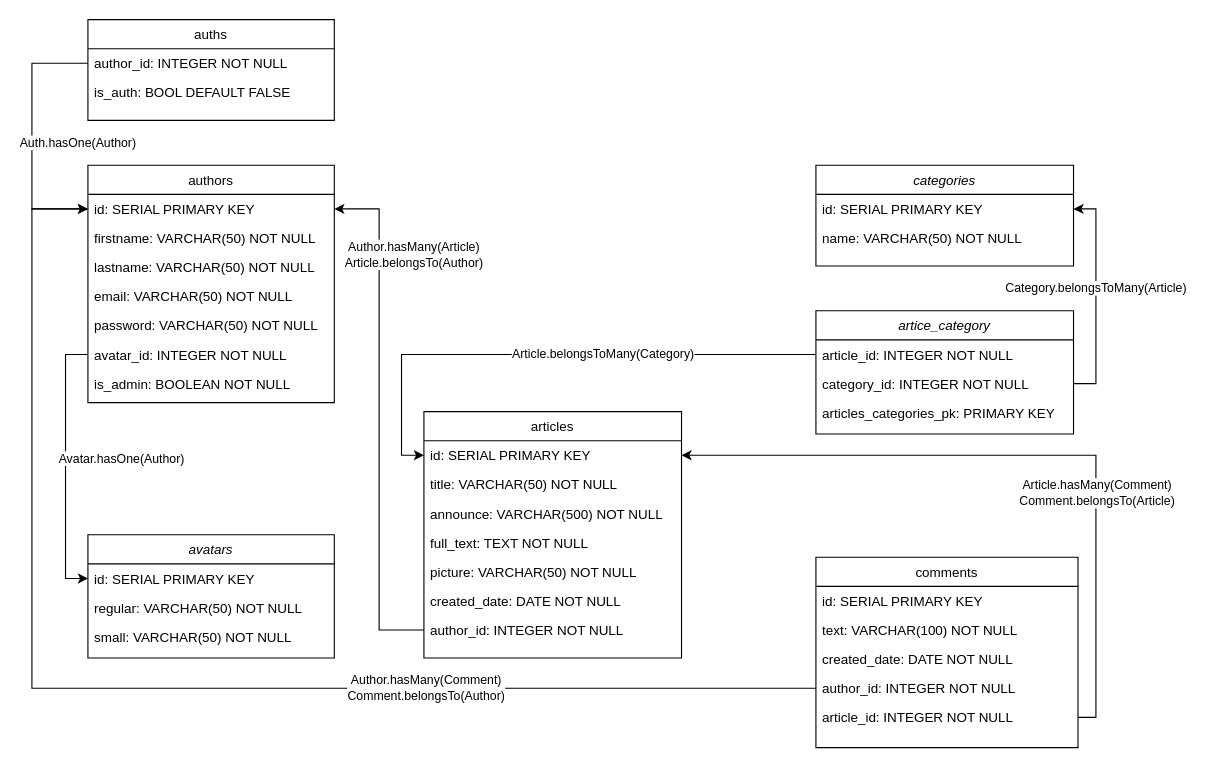
Above: src/data/db/typoteka.drawio in htmlacademy-nodejs/352625-typoteka-3 (draw.io), before the change. Source tidied: cells renumbered, new cells numbered last; positions are measured from the earlier drawing's top-left corner, leaving out a move shared by most shapes. Both pictures are drawn from the tidied source at 112%, with x=0, y=0 at pixel (31, 19).
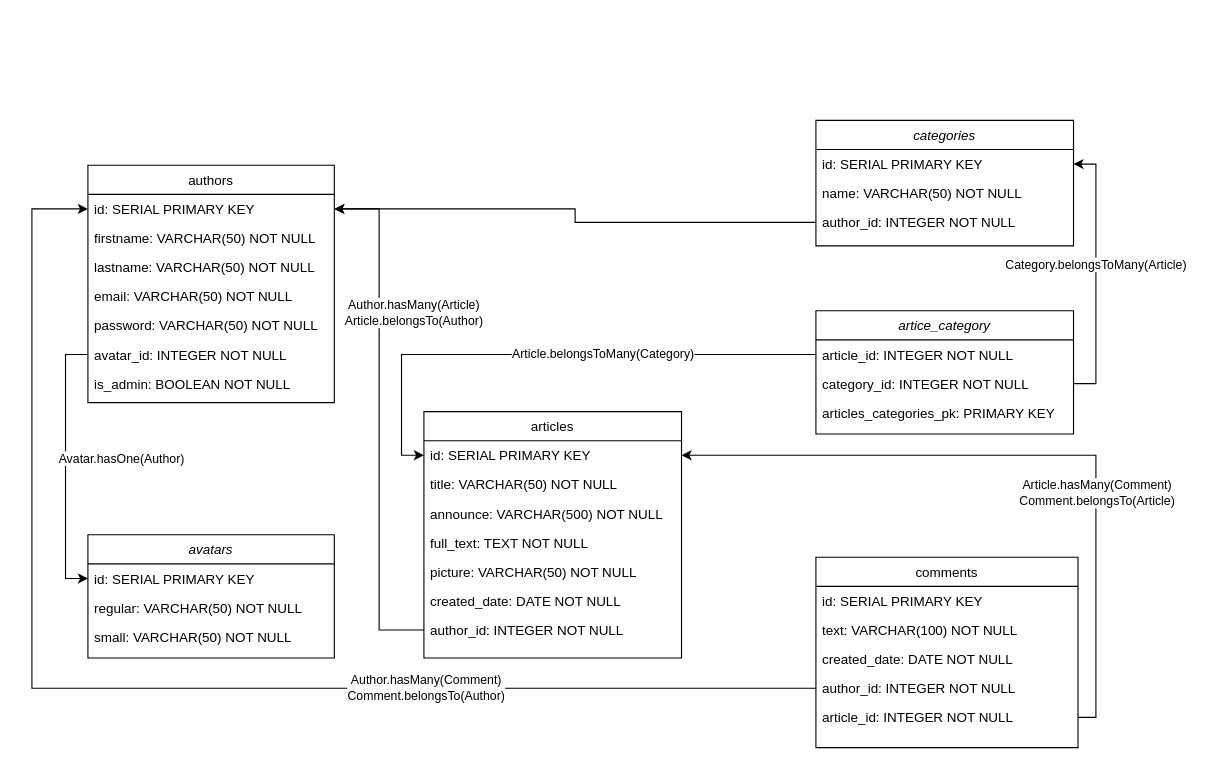
The same page after the edit.

Unchanged cells that the change refers to:
```xml
<mxCell id="5" style="edgeStyle=orthogonalEdgeStyle;rounded=0;jettySize=auto;html=1;exitX=1;exitY=0.5;exitDx=0;exitDy=0;entryX=0;entryY=0.5;entryDx=0;entryDy=0;endArrow=none;endFill=0;startArrow=classic;startFill=1;" parent="1" edge="1" source="13" target="34">
  <mxGeometry relative="1" as="geometry" />
</mxCell>
<mxCell id="13" value="id: SERIAL PRIMARY KEY" style="text;align=left;verticalAlign=top;spacingLeft=4;spacingRight=4;overflow=hidden;points=[[0,0.5],[1,0.5]];portConstraint=eastwest;" parent="12" vertex="1">
  <mxGeometry y="26" width="220" height="26" as="geometry" />
</mxCell>
<mxCell id="21" value="id: SERIAL PRIMARY KEY" style="text;align=left;verticalAlign=top;spacingLeft=4;spacingRight=4;overflow=hidden;points=[[0,0.5],[1,0.5]];portConstraint=eastwest;" parent="20" vertex="1">
  <mxGeometry y="26" width="230" height="26" as="geometry" />
</mxCell>
<mxCell id="25" value="category_id: INTEGER NOT NULL" style="text;align=left;verticalAlign=top;spacingLeft=4;spacingRight=4;overflow=hidden;points=[[0,0.5],[1,0.5]];portConstraint=eastwest;rounded=0;shadow=0;html=0;" parent="23" vertex="1">
  <mxGeometry y="52" width="230" height="26" as="geometry" />
</mxCell>
```

The edit, as a diff of the source:
```diff
@@
     <mxCell id="2" value="Category.belongsToMany(Article)" style="edgeStyle=orthogonalEdgeStyle;rounded=0;jettySize=auto;html=1;exitX=1;exitY=0.5;exitDx=0;exitDy=0;entryX=1;entryY=0.5;entryDx=0;entryDy=0;startArrow=classic;startFill=1;endArrow=none;endFill=0;" parent="1" edge="1" source="21" target="25">
       <mxGeometry x="-0.07" relative="1" as="geometry">
         <Array as="points">
-          <mxPoint x="950" y="169" />
+          <mxPoint x="950" y="129" />
           <mxPoint x="950" y="325" />
         </Array>
       </mxGeometry>
     </mxCell>
@@
     <mxCell id="6" value="Author.hasMany(Article)&lt;br&gt;Article.belongsTo(Author)" style="edgeLabel;html=1;align=center;verticalAlign=middle;" parent="5" vertex="1">
       <mxGeometry x="-0.62" y="1" relative="1" as="geometry">
-        <mxPoint x="29" y="-7" as="offset" />
+        <mxPoint x="29" y="45" as="offset" />
       </mxGeometry>
     </mxCell>
@@
-    <mxCell id="10" style="edgeStyle=orthogonalEdgeStyle;rounded=0;jettySize=auto;html=1;entryX=0;entryY=0.5;entryDx=0;entryDy=0;exitX=0;exitY=0.5;exitDx=0;exitDy=0;" parent="1" edge="1" source="47" target="13">
-      <mxGeometry relative="1" as="geometry">
-        <Array as="points">
-          <mxPoint y="39" />
-          <mxPoint y="169" />
-        </Array>
-      </mxGeometry>
-    </mxCell>
-    <mxCell id="11" value="Auth.hasOne(Author)" style="edgeLabel;html=1;align=center;verticalAlign=middle;" parent="10" vertex="1">
-      <mxGeometry x="-0.04" y="-1" relative="1" as="geometry">
-        <mxPoint x="41" y="10.2" as="offset" />
-      </mxGeometry>
-    </mxCell>
@@
     <mxCell id="20" value="categories" style="swimlane;fontStyle=2;align=center;verticalAlign=top;horizontal=1;startSize=26;rounded=0;shadow=0;strokeWidth=1;" parent="1" vertex="1">
-      <mxGeometry x="700" y="130" width="230" height="90" as="geometry" />
+      <mxGeometry x="700" y="90" width="230" height="112" as="geometry" />
     </mxCell>
@@
+    <mxCell id="47" value="author_id: INTEGER NOT NULL" style="text;align=left;verticalAlign=top;spacingLeft=4;spacingRight=4;overflow=hidden;points=[[0,0.5],[1,0.5]];portConstraint=eastwest;rounded=0;shadow=0;html=0;" parent="20" vertex="1">
+      <mxGeometry y="78" width="230" height="26" as="geometry" />
+    </mxCell>
@@
-    <mxCell id="46" value="auths" style="swimlane;fontStyle=0;align=center;verticalAlign=top;horizontal=1;startSize=26;rounded=0;shadow=0;strokeWidth=1;" parent="1" vertex="1">
-      <mxGeometry x="50" width="220" height="90" as="geometry" />
-    </mxCell>
-    <mxCell id="47" value="author_id: INTEGER NOT NULL" style="text;align=left;verticalAlign=top;spacingLeft=4;spacingRight=4;overflow=hidden;points=[[0,0.5],[1,0.5]];portConstraint=eastwest;" parent="46" vertex="1">
-      <mxGeometry y="26" width="220" height="26" as="geometry" />
-    </mxCell>
-    <mxCell id="48" value="is_auth: BOOL DEFAULT FALSE" style="text;align=left;verticalAlign=top;spacingLeft=4;spacingRight=4;overflow=hidden;" parent="46" vertex="1">
-      <mxGeometry y="52" width="220" height="26" as="geometry" />
-    </mxCell>
+    <mxCell id="10" style="edgeStyle=orthogonalEdgeStyle;rounded=0;jettySize=auto;html=1;exitX=0;exitY=0.5;exitDx=0;exitDy=0;entryX=1;entryY=0.5;entryDx=0;entryDy=0;" parent="1" edge="1" source="47" target="13">
+      <mxGeometry relative="1" as="geometry" />
+    </mxCell>
```
